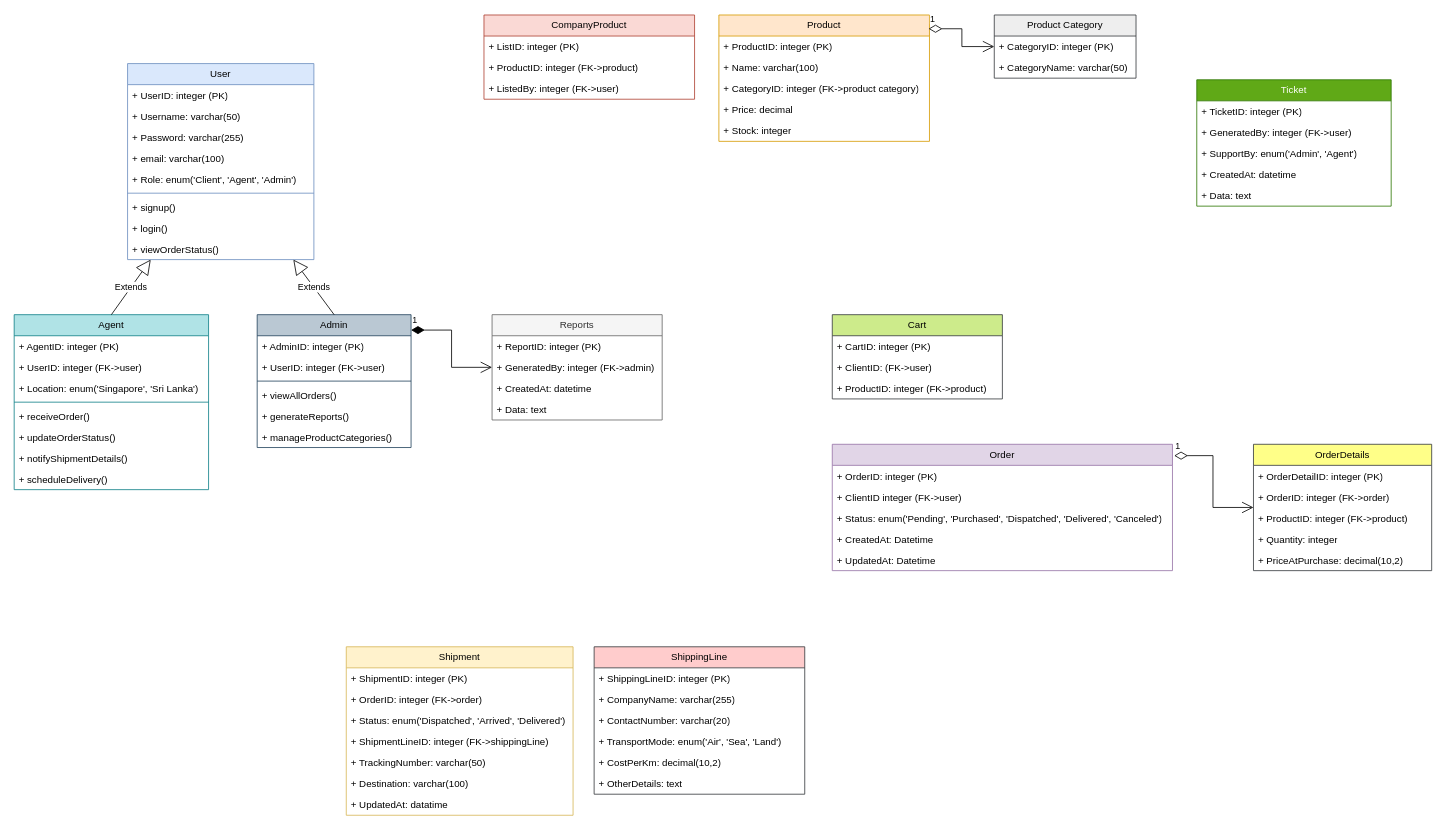
K-M-Shehan/software-design-docs keeps this draw.io diagram as diagrams/UML-class-diagram.drawio. Above is the earlier version. Source tidied: cells renumbered, new cells numbered last; positions are measured from the earlier drawing's top-left corner, leaving out a move shared by most shapes. Both pictures are drawn from the tidied source at 81%, with x=0, y=0 at pixel (14, 15).
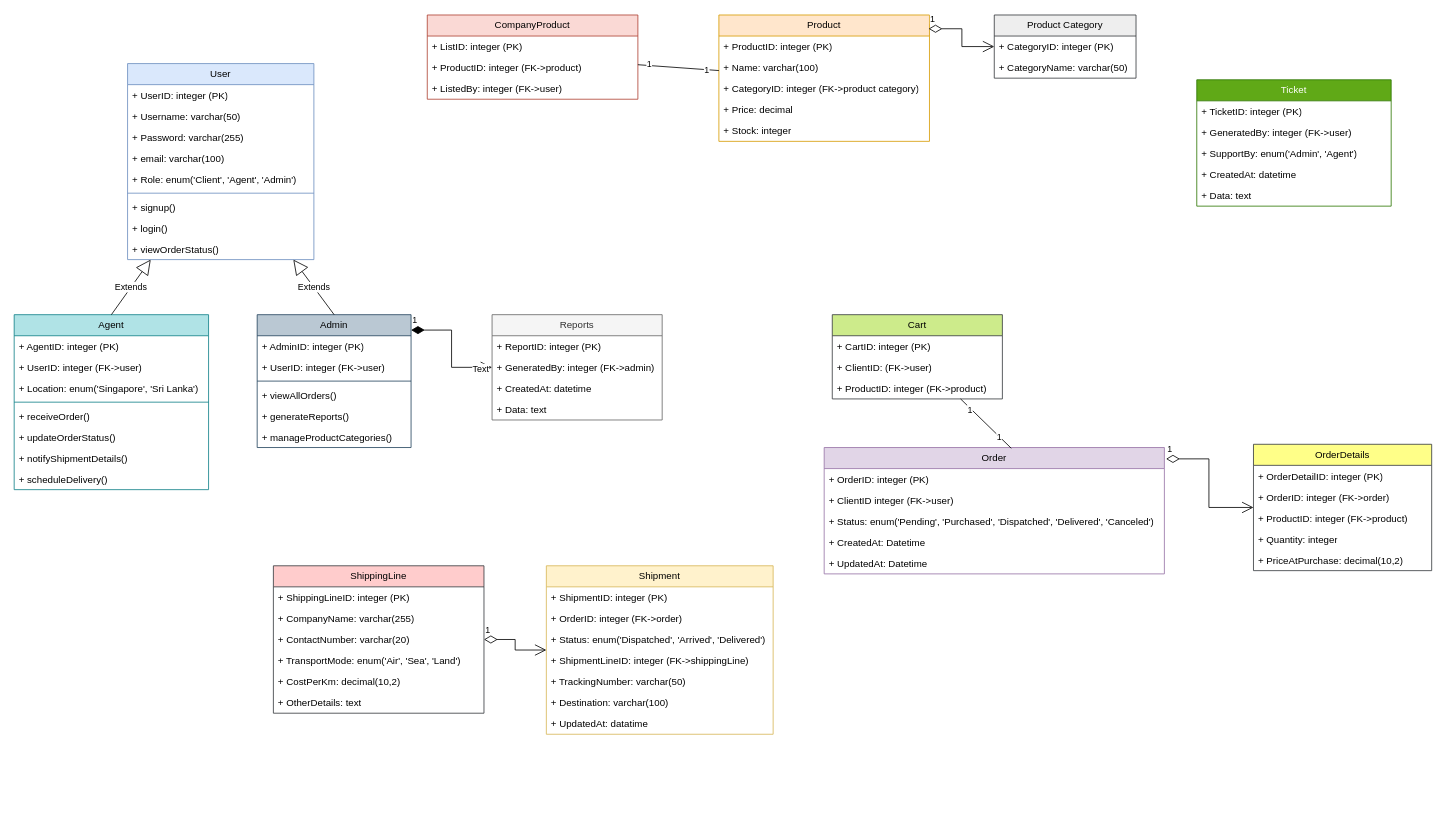
Above is the later version.

Commit message:
association between (coPro,Pro) and (cart,order)

The change refers to these unchanged cells:
```xml
<mxCell id="18" value="Product" style="swimlane;fontStyle=0;horizontal=1;startSize=26;fillColor=#ffe6cc;whiteSpace=wrap;html=1;strokeColor=#d79b00;" parent="1" vertex="1">
  <mxGeometry x="870" width="260" height="156" as="geometry" />
</mxCell>
<mxCell id="60" value="Cart" style="swimlane;fontStyle=0;horizontal=1;startSize=26;fillColor=#cdeb8b;whiteSpace=wrap;html=1;strokeColor=#36393d;" parent="1" vertex="1">
  <mxGeometry x="1010" y="370" width="210" height="104" as="geometry" />
</mxCell>
<mxCell id="86" value="1" style="endArrow=open;html=1;endSize=12;startArrow=diamondThin;startSize=14;startFill=1;edgeStyle=orthogonalEdgeStyle;align=left;verticalAlign=bottom;rounded=0;exitX=1;exitY=0.116;exitDx=0;exitDy=0;exitPerimeter=0;" parent="1" edge="1" source="44" target="51">
  <mxGeometry x="-1" y="3" relative="1" as="geometry" />
</mxCell>
```

Change to the diagram source:
```diff
@@
     <mxCell id="12" value="Order" style="swimlane;fontStyle=0;horizontal=1;startSize=26;fillColor=#e1d5e7;whiteSpace=wrap;html=1;strokeColor=#9673a6;" parent="1" vertex="1">
-      <mxGeometry x="1010" y="530" width="420" height="156" as="geometry" />
+      <mxGeometry x="1000" y="534" width="420" height="156" as="geometry" />
     </mxCell>
@@
     <mxCell id="27" value="Shipment" style="swimlane;fontStyle=0;horizontal=1;startSize=26;fillColor=#fff2cc;whiteSpace=wrap;html=1;strokeColor=#d6b656;" parent="1" vertex="1">
-      <mxGeometry x="410" y="780" width="280" height="208" as="geometry" />
+      <mxGeometry x="657" y="680" width="280" height="208" as="geometry" />
     </mxCell>
@@
     <mxCell id="56" value="CompanyProduct" style="swimlane;fontStyle=0;horizontal=1;startSize=26;fillColor=#fad9d5;whiteSpace=wrap;html=1;strokeColor=#ae4132;" parent="1" vertex="1">
-      <mxGeometry x="580" width="260" height="104" as="geometry" />
+      <mxGeometry x="510" width="260" height="104" as="geometry" />
     </mxCell>
@@
     <mxCell id="70" value="ShippingLine" style="swimlane;fontStyle=0;horizontal=1;startSize=26;fillColor=#ffcccc;whiteSpace=wrap;html=1;strokeColor=#36393d;" parent="1" vertex="1">
-      <mxGeometry x="716" y="780" width="260" height="182" as="geometry" />
+      <mxGeometry x="320" y="680" width="260" height="182" as="geometry" />
     </mxCell>
@@
+    <mxCell id="88" value="Text" style="edgeLabel;html=1;align=center;verticalAlign=middle;" parent="86" vertex="1">
+      <mxGeometry x="0.81" y="-1" relative="1" as="geometry" />
+    </mxCell>
@@
+    <mxCell id="89" value="1" style="endArrow=open;html=1;endSize=12;startArrow=diamondThin;startSize=14;startFill=0;edgeStyle=orthogonalEdgeStyle;align=left;verticalAlign=bottom;rounded=0;" parent="1" edge="1" source="70" target="27">
+      <mxGeometry x="-1" y="3" relative="1" as="geometry" />
+    </mxCell>
+    <mxCell id="90" style="endArrow=none;html=1;rounded=0;entryX=0.55;entryY=0.006;entryDx=0;entryDy=0;entryPerimeter=0;" parent="1" edge="1" source="60" target="12">
+      <mxGeometry relative="1" as="geometry" />
+    </mxCell>
+    <mxCell id="91" value="1" style="edgeLabel;html=1;align=center;verticalAlign=middle;" parent="90" vertex="1">
+      <mxGeometry x="-0.62" y="-2" relative="1" as="geometry" />
+    </mxCell>
+    <mxCell id="92" value="1" style="edgeLabel;html=1;align=center;verticalAlign=middle;" parent="90" vertex="1">
+      <mxGeometry x="0.52" relative="1" as="geometry" />
+    </mxCell>
+    <mxCell id="93" style="endArrow=none;html=1;rounded=0;" parent="1" edge="1" source="56" target="18">
+      <mxGeometry relative="1" as="geometry" />
+    </mxCell>
+    <mxCell id="94" value="1" style="edgeLabel;html=1;align=center;verticalAlign=middle;" parent="93" vertex="1">
+      <mxGeometry x="-0.74" y="2" relative="1" as="geometry" />
+    </mxCell>
+    <mxCell id="95" value="1" style="edgeLabel;html=1;align=center;verticalAlign=middle;" parent="93" vertex="1">
+      <mxGeometry x="0.7" relative="1" as="geometry" />
+    </mxCell>
```
